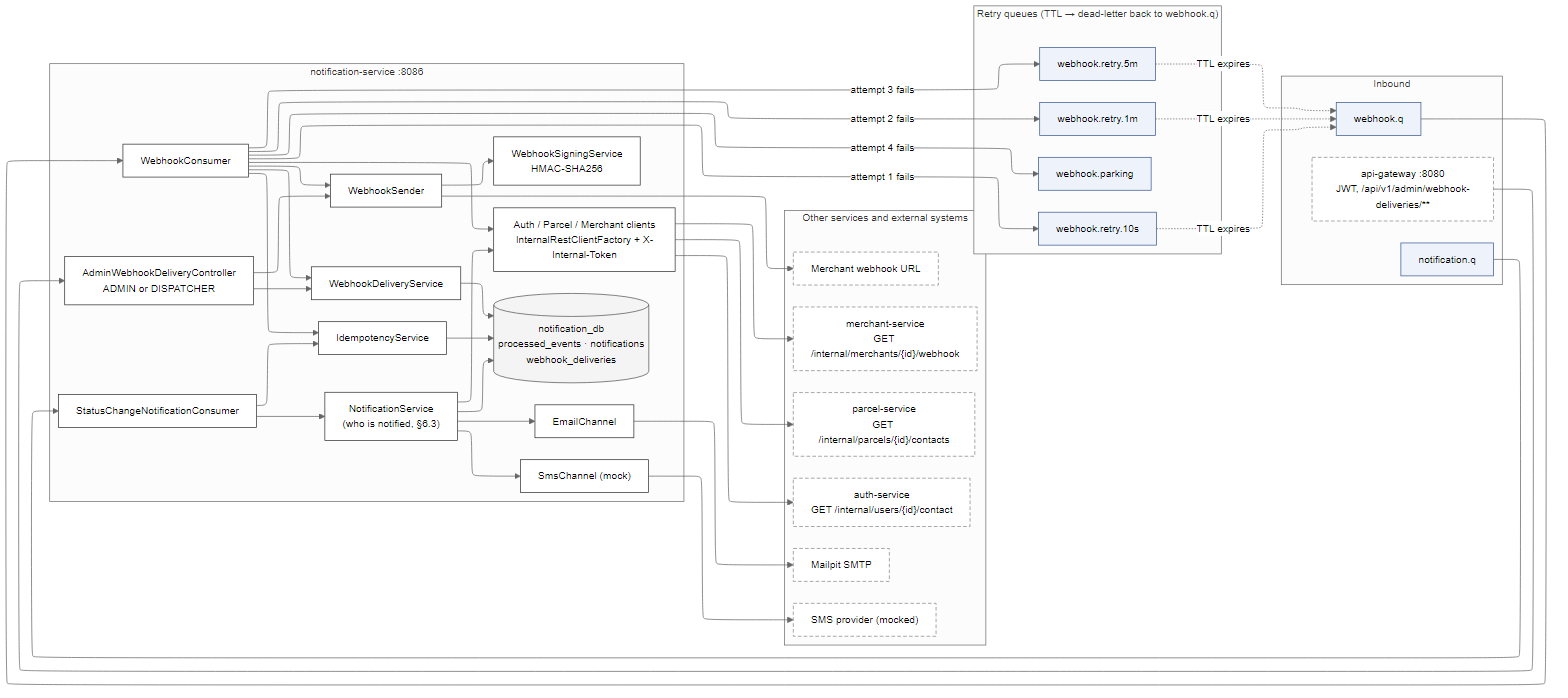
Earlier version of the Mermaid export docs/diagrams/architecture/arch-notification-service.png (Sachintha-dilshan49/SwiftDrop). Its source is kept beside it as docs/diagrams/architecture/arch-notification-service.mmd.
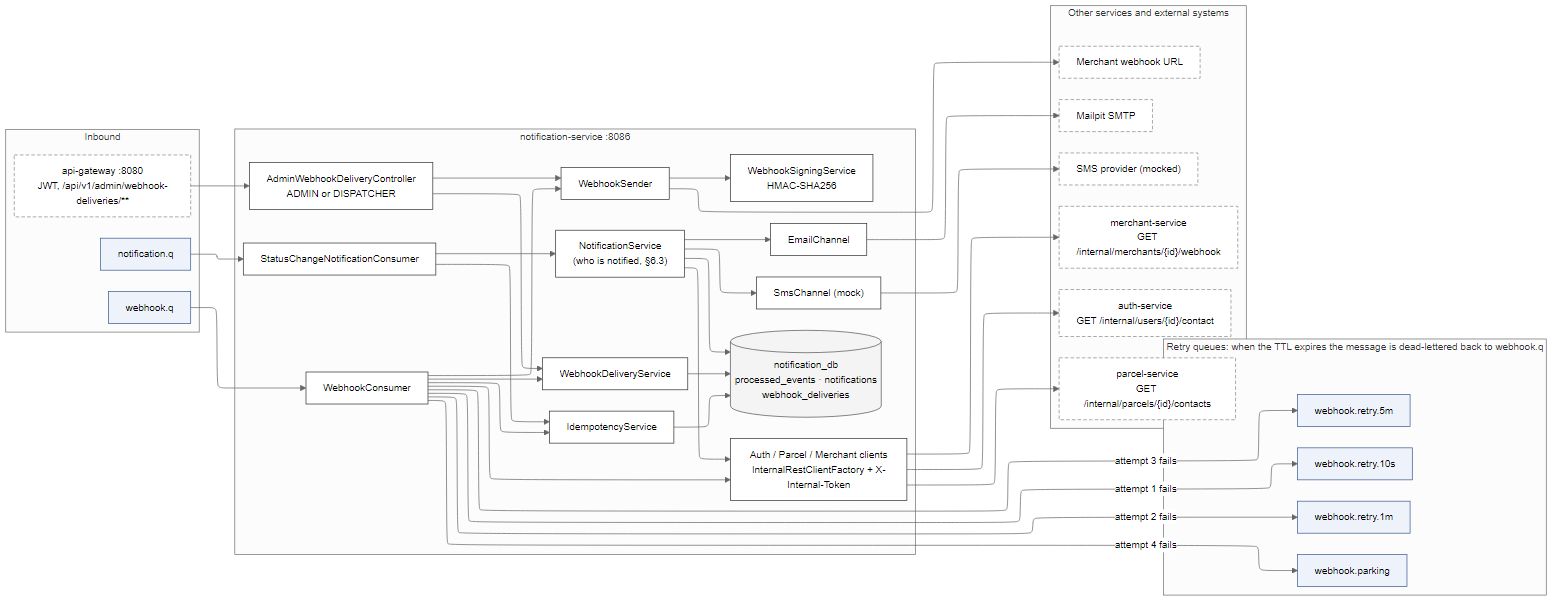
After the change.

The edit, as a diff of the source:
```diff
@@ -29,7 +29,7 @@
     DB[("notification_db<br/>processed_events · notifications<br/>webhook_deliveries")]:::data
   end
 
-  subgraph RQ["Retry queues (TTL → dead-letter back to webhook.q)"]
+  subgraph RQ["Retry queues: when the TTL expires the message is dead-lettered back to webhook.q"]
     R10["webhook.retry.10s"]:::q
     R1M["webhook.retry.1m"]:::q
     R5M["webhook.retry.5m"]:::q
@@ -68,6 +68,5 @@
   WC -- "attempt 2 fails" --> R1M
   WC -- "attempt 3 fails" --> R5M
   WC -- "attempt 4 fails" --> PARK
-  R10 & R1M & R5M -. "TTL expires" .-> WQ
 
   IS & NSV & WDS --> DB
```
